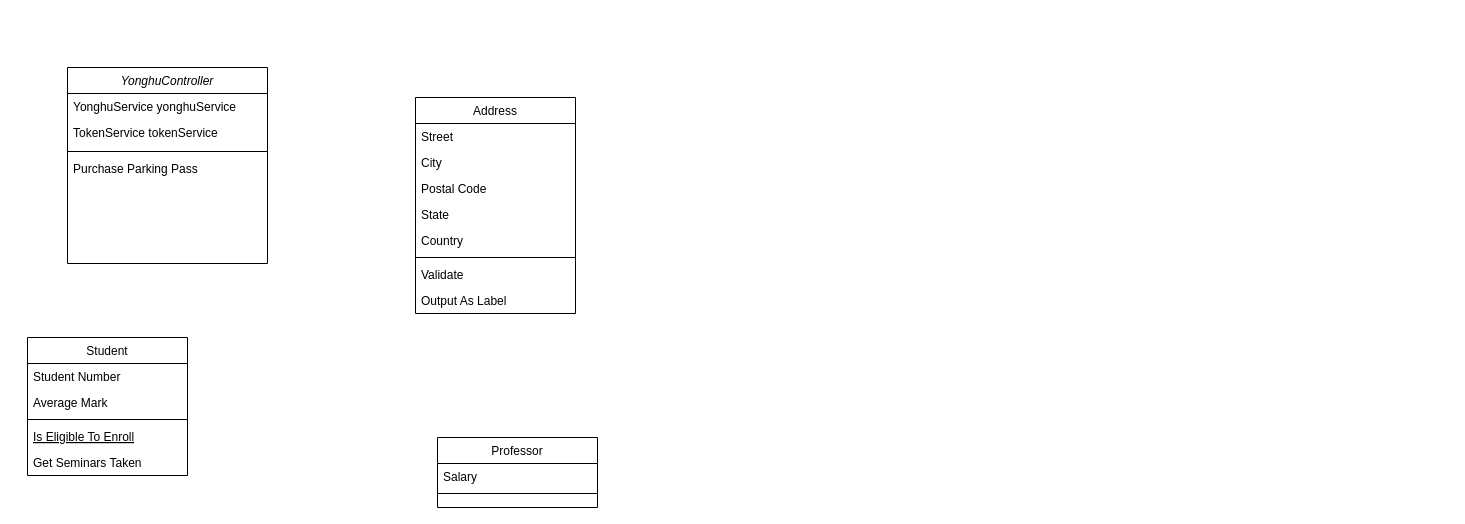
ZhuSir-acm/ElectiveManage keeps this draw.io diagram as 类图.drawio. Above is the earlier version. Source tidied: cells renumbered, new cells numbered last; positions are measured from the earlier drawing's top-left corner, leaving out a move shared by most shapes. Both pictures are drawn from the tidied source at 100%, with x=0, y=0 at pixel (27, 67).
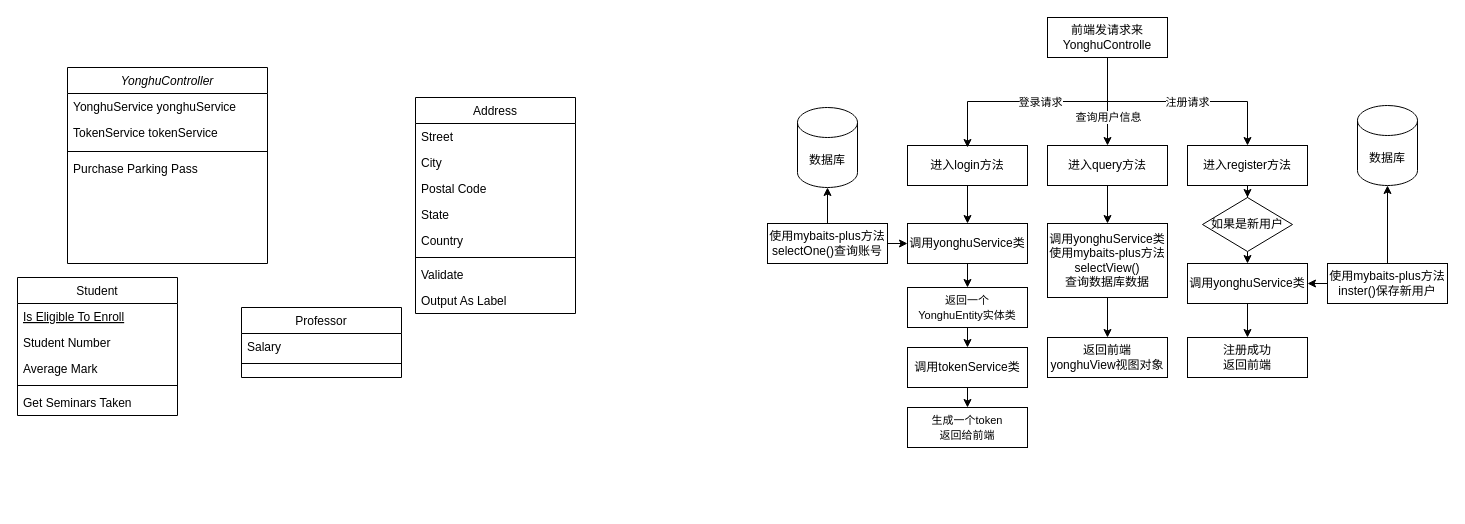
After the change.

What changed in the source:
```diff
@@
     <mxCell id="7" value="Student" style="swimlane;fontStyle=0;align=center;verticalAlign=top;horizontal=1;startSize=26;rounded=0;shadow=0;strokeWidth=1;" parent="1" vertex="1">
-      <mxGeometry y="270" width="160" height="138" as="geometry" />
+      <mxGeometry x="-10" y="210" width="160" height="138" as="geometry" />
     </mxCell>
+    <mxCell id="11" value="Is Eligible To Enroll" style="text;align=left;verticalAlign=top;spacingLeft=4;spacingRight=4;overflow=hidden;fontStyle=4;" parent="7" vertex="1">
+      <mxGeometry y="26" width="160" height="26" as="geometry" />
+    </mxCell>
     <mxCell id="8" value="Student Number" style="text;align=left;verticalAlign=top;spacingLeft=4;spacingRight=4;overflow=hidden;" parent="7" vertex="1">
-      <mxGeometry y="26" width="160" height="26" as="geometry" />
+      <mxGeometry y="52" width="160" height="26" as="geometry" />
     </mxCell>
     <mxCell id="9" value="Average Mark" style="text;align=left;verticalAlign=top;spacingLeft=4;spacingRight=4;overflow=hidden;rounded=0;shadow=0;html=0;" parent="7" vertex="1">
-      <mxGeometry y="52" width="160" height="26" as="geometry" />
+      <mxGeometry y="78" width="160" height="26" as="geometry" />
     </mxCell>
     <mxCell id="10" style="line;html=1;strokeWidth=1;align=left;verticalAlign=middle;spacingTop=-1;spacingLeft=3;spacingRight=3;labelPosition=right;" parent="7" vertex="1">
-      <mxGeometry y="78" width="160" height="8" as="geometry" />
+      <mxGeometry y="104" width="160" height="8" as="geometry" />
     </mxCell>
-    <mxCell id="11" value="Is Eligible To Enroll" style="text;align=left;verticalAlign=top;spacingLeft=4;spacingRight=4;overflow=hidden;fontStyle=4;" parent="7" vertex="1">
-      <mxGeometry y="86" width="160" height="26" as="geometry" />
-    </mxCell>
@@
     <mxCell id="13" value="Professor" style="swimlane;fontStyle=0;align=center;verticalAlign=top;horizontal=1;startSize=26;rounded=0;shadow=0;strokeWidth=1;" parent="1" vertex="1">
-      <mxGeometry x="410" y="370" width="160" height="70" as="geometry" />
+      <mxGeometry x="214" y="240" width="160" height="70" as="geometry" />
     </mxCell>
@@
+    <mxCell id="25" style="edgeStyle=orthogonalEdgeStyle;rounded=0;jettySize=auto;html=1;exitX=0.5;exitY=1;exitDx=0;exitDy=0;entryX=0.5;entryY=0;entryDx=0;entryDy=0;" parent="1" edge="1" source="29" target="33">
+      <mxGeometry relative="1" as="geometry" />
+    </mxCell>
+    <mxCell id="26" value="查询用户信息" style="edgeLabel;html=1;align=center;verticalAlign=middle;" parent="25" vertex="1">
+      <mxGeometry x="0.34" relative="1" as="geometry" />
+    </mxCell>
+    <mxCell id="27" style="edgeStyle=orthogonalEdgeStyle;rounded=0;jettySize=auto;html=1;exitX=0.5;exitY=1;exitDx=0;exitDy=0;" parent="1" edge="1" source="29" target="37">
+      <mxGeometry relative="1" as="geometry" />
+    </mxCell>
+    <mxCell id="28" value="注册请求" style="edgeLabel;html=1;align=center;verticalAlign=middle;" parent="27" vertex="1">
+      <mxGeometry x="0.15" y="3" relative="1" as="geometry">
+        <mxPoint x="-8" y="3" as="offset" />
+      </mxGeometry>
+    </mxCell>
+    <mxCell id="29" value="前端发请求来YonghuControlle" style="rounded=0;whiteSpace=wrap;html=1;" parent="1" vertex="1">
+      <mxGeometry x="1020" y="-50" width="120" height="40" as="geometry" />
+    </mxCell>
+    <mxCell id="30" style="edgeStyle=orthogonalEdgeStyle;rounded=0;jettySize=auto;html=1;exitX=0.5;exitY=1;exitDx=0;exitDy=0;entryX=0.5;entryY=0;entryDx=0;entryDy=0;" parent="1" edge="1" source="31" target="39">
+      <mxGeometry relative="1" as="geometry" />
+    </mxCell>
+    <mxCell id="31" value="进入login方法" style="rounded=0;whiteSpace=wrap;html=1;" parent="1" vertex="1">
+      <mxGeometry x="880" y="78" width="120" height="40" as="geometry" />
+    </mxCell>
+    <mxCell id="32" style="edgeStyle=orthogonalEdgeStyle;rounded=0;jettySize=auto;html=1;exitX=0.5;exitY=1;exitDx=0;exitDy=0;entryX=0.5;entryY=0;entryDx=0;entryDy=0;" parent="1" edge="1" source="33" target="60">
+      <mxGeometry relative="1" as="geometry" />
+    </mxCell>
+    <mxCell id="33" value="进入query&lt;font face=&quot;Courier New&quot;&gt;&lt;span style=&quot;background-color: rgb(255, 255, 255);&quot;&gt;方法&lt;/span&gt;&lt;/font&gt;" style="rounded=0;whiteSpace=wrap;html=1;" parent="1" vertex="1">
+      <mxGeometry x="1020" y="78" width="120" height="40" as="geometry" />
+    </mxCell>
+    <mxCell id="34" style="edgeStyle=orthogonalEdgeStyle;rounded=0;jettySize=auto;html=1;exitX=0.5;exitY=1;exitDx=0;exitDy=0;entryX=0.5;entryY=0.05;entryDx=0;entryDy=0;entryPerimeter=0;" parent="1" edge="1" source="29" target="31">
+      <mxGeometry relative="1" as="geometry" />
+    </mxCell>
+    <mxCell id="35" value="登录请求" style="edgeLabel;html=1;align=center;verticalAlign=middle;" parent="34" vertex="1">
+      <mxGeometry x="0.24" y="1" relative="1" as="geometry">
+        <mxPoint x="31" y="-1" as="offset" />
+      </mxGeometry>
+    </mxCell>
+    <mxCell id="36" style="edgeStyle=orthogonalEdgeStyle;rounded=0;jettySize=auto;html=1;exitX=0.5;exitY=1;exitDx=0;exitDy=0;" parent="1" edge="1" source="37" target="53">
+      <mxGeometry relative="1" as="geometry" />
+    </mxCell>
+    <mxCell id="37" value="进入register方法" style="rounded=0;whiteSpace=wrap;html=1;" parent="1" vertex="1">
+      <mxGeometry x="1160" y="78" width="120" height="40" as="geometry" />
+    </mxCell>
+    <mxCell id="38" style="edgeStyle=orthogonalEdgeStyle;rounded=0;jettySize=auto;html=1;exitX=0.5;exitY=1;exitDx=0;exitDy=0;" parent="1" edge="1" source="39" target="43">
+      <mxGeometry relative="1" as="geometry" />
+    </mxCell>
+    <mxCell id="39" value="调用yonghuService类" style="rounded=0;whiteSpace=wrap;html=1;" parent="1" vertex="1">
+      <mxGeometry x="880" y="156" width="120" height="40" as="geometry" />
+    </mxCell>
+    <mxCell id="40" style="edgeStyle=orthogonalEdgeStyle;rounded=0;jettySize=auto;html=1;exitX=1;exitY=0.5;exitDx=0;exitDy=0;entryX=0;entryY=0.5;entryDx=0;entryDy=0;" parent="1" edge="1" source="41" target="39">
+      <mxGeometry relative="1" as="geometry" />
+    </mxCell>
+    <mxCell id="41" value="使用mybaits-plus方法selectOne()查询账号" style="rounded=0;whiteSpace=wrap;html=1;" parent="1" vertex="1">
+      <mxGeometry x="740" y="156" width="120" height="40" as="geometry" />
+    </mxCell>
+    <mxCell id="42" style="edgeStyle=orthogonalEdgeStyle;rounded=0;jettySize=auto;html=1;exitX=0.5;exitY=1;exitDx=0;exitDy=0;entryX=0.5;entryY=0;entryDx=0;entryDy=0;" parent="1" edge="1" source="43" target="45">
+      <mxGeometry relative="1" as="geometry" />
+    </mxCell>
+    <mxCell id="43" value="&lt;span style=&quot;font-size: 11px; text-wrap-mode: nowrap; background-color: rgb(255, 255, 255);&quot;&gt;返回一个&lt;/span&gt;&lt;div&gt;&lt;span style=&quot;font-size: 11px; text-wrap-mode: nowrap; background-color: rgb(255, 255, 255);&quot;&gt;YonghuEntity实体类&lt;/span&gt;&lt;/div&gt;" style="rounded=0;whiteSpace=wrap;html=1;" parent="1" vertex="1">
+      <mxGeometry x="880" y="220" width="120" height="40" as="geometry" />
+    </mxCell>
+    <mxCell id="44" style="edgeStyle=orthogonalEdgeStyle;rounded=0;jettySize=auto;html=1;exitX=0.5;exitY=1;exitDx=0;exitDy=0;entryX=0.5;entryY=0;entryDx=0;entryDy=0;" parent="1" edge="1" source="45" target="47">
+      <mxGeometry relative="1" as="geometry" />
+    </mxCell>
+    <mxCell id="45" value="&lt;div style=&quot;text-align: left;&quot;&gt;&lt;span style=&quot;background-color: transparent; color: light-dark(rgb(0, 0, 0), rgb(255, 255, 255));&quot;&gt;调用token&lt;/span&gt;&lt;span style=&quot;background-color: transparent; color: light-dark(rgb(0, 0, 0), rgb(255, 255, 255));&quot;&gt;Service类&lt;/span&gt;&lt;/div&gt;" style="rounded=0;whiteSpace=wrap;html=1;" parent="1" vertex="1">
+      <mxGeometry x="880" y="280" width="120" height="40" as="geometry" />
+    </mxCell>
+    <mxCell id="46" style="edgeStyle=orthogonalEdgeStyle;rounded=0;orthogonalLoop=1;jettySize=auto;html=1;exitX=0.5;exitY=1;exitDx=0;exitDy=0;" parent="1" edge="1" source="45" target="45">
+      <mxGeometry relative="1" as="geometry" />
+    </mxCell>
+    <mxCell id="47" value="&lt;span style=&quot;font-size: 11px; text-wrap-mode: nowrap; background-color: rgb(255, 255, 255);&quot;&gt;生成一个token&lt;/span&gt;&lt;div&gt;&lt;span style=&quot;font-size: 11px; text-wrap-mode: nowrap; background-color: rgb(255, 255, 255);&quot;&gt;返回给前端&lt;/span&gt;&lt;/div&gt;" style="rounded=0;whiteSpace=wrap;html=1;" parent="1" vertex="1">
+      <mxGeometry x="880" y="340" width="120" height="40" as="geometry" />
+    </mxCell>
+    <mxCell id="48" value="数据库" style="shape=cylinder3;whiteSpace=wrap;html=1;boundedLbl=1;backgroundOutline=1;size=15;" parent="1" vertex="1">
+      <mxGeometry x="770" y="40" width="60" height="80" as="geometry" />
+    </mxCell>
+    <mxCell id="49" style="edgeStyle=orthogonalEdgeStyle;rounded=0;jettySize=auto;html=1;exitX=0.5;exitY=0;exitDx=0;exitDy=0;entryX=0.5;entryY=1;entryDx=0;entryDy=0;entryPerimeter=0;" parent="1" edge="1" source="41" target="48">
+      <mxGeometry relative="1" as="geometry" />
+    </mxCell>
+    <mxCell id="50" style="edgeStyle=orthogonalEdgeStyle;rounded=0;jettySize=auto;html=1;exitX=0.5;exitY=1;exitDx=0;exitDy=0;" parent="1" edge="1" source="51" target="58">
+      <mxGeometry relative="1" as="geometry" />
+    </mxCell>
+    <mxCell id="51" value="调用yonghuService类" style="rounded=0;whiteSpace=wrap;html=1;" parent="1" vertex="1">
+      <mxGeometry x="1160" y="196" width="120" height="40" as="geometry" />
+    </mxCell>
+    <mxCell id="52" style="edgeStyle=orthogonalEdgeStyle;rounded=0;jettySize=auto;html=1;exitX=0.5;exitY=1;exitDx=0;exitDy=0;entryX=0.5;entryY=0;entryDx=0;entryDy=0;" parent="1" edge="1" source="53" target="51">
+      <mxGeometry relative="1" as="geometry" />
+    </mxCell>
+    <mxCell id="53" value="如果是新用户" style="rhombus;whiteSpace=wrap;html=1;" parent="1" vertex="1">
+      <mxGeometry x="1175" y="130" width="90" height="54" as="geometry" />
+    </mxCell>
+    <mxCell id="54" style="edgeStyle=orthogonalEdgeStyle;rounded=0;jettySize=auto;html=1;exitX=0;exitY=0.5;exitDx=0;exitDy=0;entryX=1;entryY=0.5;entryDx=0;entryDy=0;" parent="1" edge="1" source="55" target="51">
+      <mxGeometry relative="1" as="geometry" />
+    </mxCell>
+    <mxCell id="55" value="使用mybaits-plus方法inster()保存新用户" style="rounded=0;whiteSpace=wrap;html=1;" parent="1" vertex="1">
+      <mxGeometry x="1300" y="196" width="120" height="40" as="geometry" />
+    </mxCell>
+    <mxCell id="56" value="数据库" style="shape=cylinder3;whiteSpace=wrap;html=1;boundedLbl=1;backgroundOutline=1;size=15;" parent="1" vertex="1">
+      <mxGeometry x="1330" y="38" width="60" height="80" as="geometry" />
+    </mxCell>
+    <mxCell id="57" style="edgeStyle=orthogonalEdgeStyle;rounded=0;jettySize=auto;html=1;exitX=0.5;exitY=0;exitDx=0;exitDy=0;entryX=0.5;entryY=1;entryDx=0;entryDy=0;entryPerimeter=0;" parent="1" edge="1" source="55" target="56">
+      <mxGeometry relative="1" as="geometry" />
+    </mxCell>
+    <mxCell id="58" value="注册成功&lt;div&gt;返回前端&lt;/div&gt;" style="rounded=0;whiteSpace=wrap;html=1;" parent="1" vertex="1">
+      <mxGeometry x="1160" y="270" width="120" height="40" as="geometry" />
+    </mxCell>
+    <mxCell id="59" style="edgeStyle=orthogonalEdgeStyle;rounded=0;jettySize=auto;html=1;exitX=0.5;exitY=1;exitDx=0;exitDy=0;" parent="1" edge="1" source="60" target="61">
+      <mxGeometry relative="1" as="geometry" />
+    </mxCell>
+    <mxCell id="60" value="调用yonghuService类&lt;div&gt;&lt;span style=&quot;background-color: transparent; color: light-dark(rgb(0, 0, 0), rgb(255, 255, 255));&quot;&gt;使用mybaits-plus方法selectView()&lt;/span&gt;&lt;/div&gt;&lt;div&gt;&lt;span style=&quot;background-color: transparent; color: light-dark(rgb(0, 0, 0), rgb(255, 255, 255));&quot;&gt;查询数据库数据&lt;/span&gt;&lt;/div&gt;" style="rounded=0;whiteSpace=wrap;html=1;" parent="1" vertex="1">
+      <mxGeometry x="1020" y="156" width="120" height="74" as="geometry" />
+    </mxCell>
+    <mxCell id="61" value="&lt;div&gt;返回前端&lt;/div&gt;&lt;div&gt;yonghuView视图对象&lt;/div&gt;" style="rounded=0;whiteSpace=wrap;html=1;" parent="1" vertex="1">
+      <mxGeometry x="1020" y="270" width="120" height="40" as="geometry" />
+    </mxCell>
```
